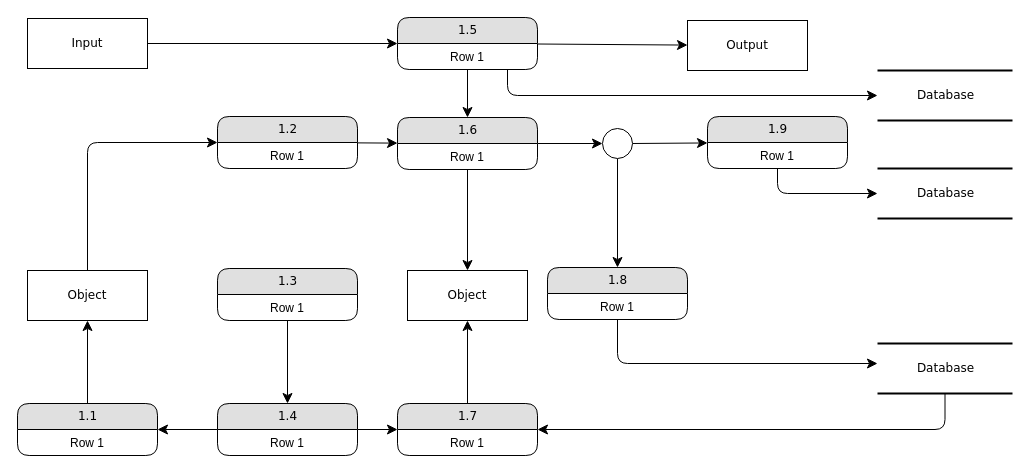
The draw.io diagram DFD.drawio in el-blmnt/SystemDesigns, before the edit. Source tidied: cells renumbered, new cells numbered last; positions are measured from the earlier drawing's top-left corner, leaving out a move shared by most shapes. Both pictures are drawn from the tidied source at 100%, with x=0, y=0 at pixel (17, 17).
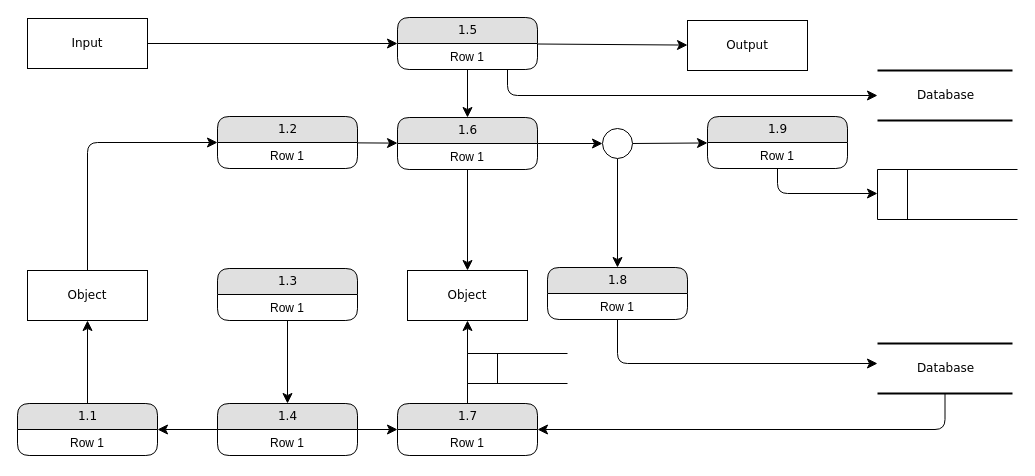
The same page after the edit.

The change refers to these unchanged cells:
```xml
<mxCell id="22" value="1.9" style="swimlane;html=1;fontStyle=0;horizontal=1;startSize=26;fillColor=#e0e0e0;swimlaneFillColor=#ffffff;align=center;rounded=1;shadow=0;comic=0;labelBackgroundColor=none;strokeWidth=1;fontFamily=Verdana;fontSize=12;" parent="1" vertex="1">
  <mxGeometry x="690" y="99" width="140" height="52" as="geometry" />
</mxCell>
```

What changed in the source:
```diff
@@
-    <mxCell id="3" value="Database" style="html=1;rounded=0;shadow=0;comic=0;labelBackgroundColor=none;strokeWidth=2;fontFamily=Verdana;fontSize=12;align=center;shape=mxgraph.ios7ui.horLines;" parent="1" vertex="1">
-      <mxGeometry x="860" y="151" width="135" height="50" as="geometry" />
-    </mxCell>
@@
-    <mxCell id="21" style="edgeStyle=orthogonalEdgeStyle;html=1;labelBackgroundColor=none;startFill=0;startSize=8;endFill=1;endSize=8;fontFamily=Verdana;fontSize=12;" parent="1" edge="1" source="22" target="3">
+    <mxCell id="21" style="edgeStyle=orthogonalEdgeStyle;html=1;labelBackgroundColor=none;startFill=0;startSize=8;endFill=1;endSize=8;fontFamily=Verdana;fontSize=12;" parent="1" edge="1" source="22">
       <mxGeometry relative="1" as="geometry">
+        <mxPoint x="860" y="176" as="targetPoint" />
         <Array as="points">
           <mxPoint x="760" y="176" />
         </Array>
       </mxGeometry>
     </mxCell>
@@
+    <mxCell id="46" style="html=1;dashed=0;whiteSpace=wrap;shape=mxgraph.dfd.dataStoreID;align=left;spacingLeft=3;" parent="1" vertex="1">
+      <mxGeometry x="450" y="336" width="100" height="30" as="geometry" />
+    </mxCell>
+    <mxCell id="47" style="html=1;dashed=0;whiteSpace=wrap;shape=mxgraph.dfd.dataStoreID;align=left;spacingLeft=3;" parent="1" vertex="1">
+      <mxGeometry x="860" y="152" width="140" height="50" as="geometry" />
+    </mxCell>
```
